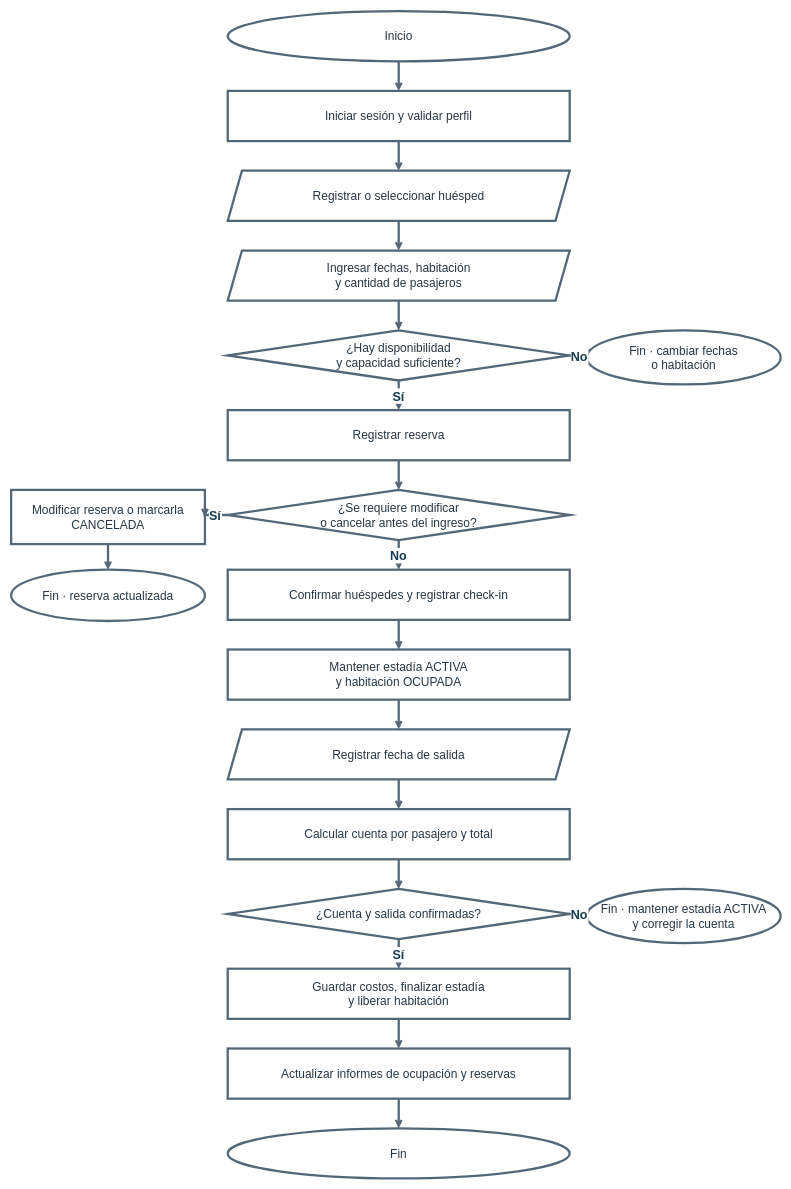
Above: diagramas-editables/proceso-completo.drawio in Yutre3/hotel-duerme-bien (draw.io), before the change. Source tidied: cells renumbered, new cells numbered last; positions are measured from the earlier drawing's top-left corner, leaving out a move shared by most shapes. Both pictures are drawn from the tidied source at 57%, with x=0, y=0 at pixel (11, 11).
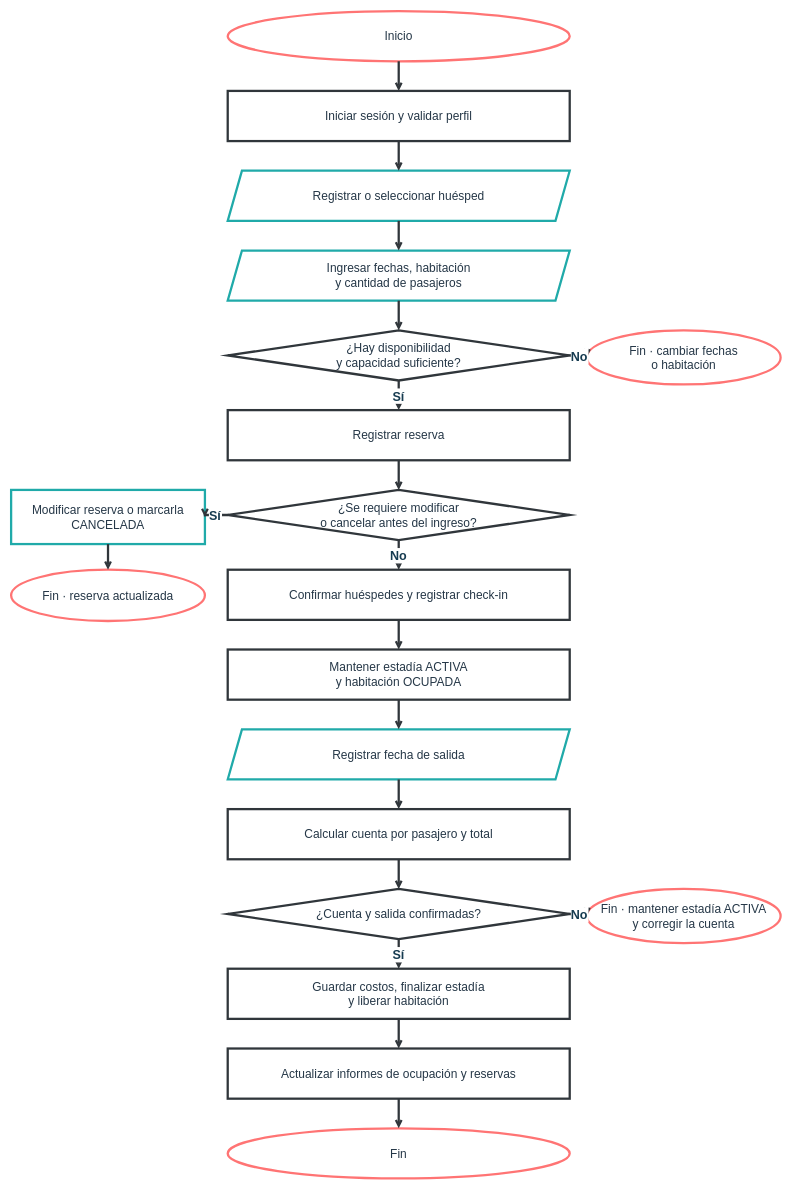
Above is the later version.

Diff of the diagram source:
```diff
@@
-    <mxCell id="2" value="Inicio" style="ellipse;html=0;whiteSpace=wrap;strokeColor=#546778;strokeWidth=4;fillColor=#ffffff;fontColor=#253747;fontSize=21;" parent="1" vertex="1">
+    <mxCell id="2" value="Inicio" style="ellipse;html=0;whiteSpace=wrap;strokeColor=#ff7474;strokeWidth=4;fillColor=#ffffff;fontColor=#253747;fontSize=21;" parent="1" vertex="1">
       <mxGeometry x="380" width="600" height="88" as="geometry" />
     </mxCell>
-    <mxCell id="3" value="Iniciar sesión y validar perfil" style="rounded=0;html=0;whiteSpace=wrap;strokeColor=#546778;strokeWidth=4;fillColor=#ffffff;fontColor=#253747;fontSize=21;" parent="1" vertex="1">
+    <mxCell id="3" value="Iniciar sesión y validar perfil" style="rounded=0;html=0;whiteSpace=wrap;strokeColor=#30363b;strokeWidth=4;fillColor=#ffffff;fontColor=#253747;fontSize=21;" parent="1" vertex="1">
       <mxGeometry x="380" y="140" width="600" height="88" as="geometry" />
     </mxCell>
-    <mxCell id="4" value="Registrar o seleccionar huésped" style="shape=parallelogram;fixedSize=1;size=25;html=0;whiteSpace=wrap;strokeColor=#546778;strokeWidth=4;fillColor=#ffffff;fontColor=#253747;fontSize=21;" parent="1" vertex="1">
+    <mxCell id="4" value="Registrar o seleccionar huésped" style="shape=parallelogram;fixedSize=1;size=25;html=0;whiteSpace=wrap;strokeColor=#20aaa9;strokeWidth=4;fillColor=#ffffff;fontColor=#253747;fontSize=21;" parent="1" vertex="1">
       <mxGeometry x="380" y="280" width="600" height="88" as="geometry" />
     </mxCell>
-    <mxCell id="5" value="Ingresar fechas, habitación&#10;y cantidad de pasajeros" style="shape=parallelogram;fixedSize=1;size=25;html=0;whiteSpace=wrap;strokeColor=#546778;strokeWidth=4;fillColor=#ffffff;fontColor=#253747;fontSize=21;" parent="1" vertex="1">
+    <mxCell id="5" value="Ingresar fechas, habitación&#10;y cantidad de pasajeros" style="shape=parallelogram;fixedSize=1;size=25;html=0;whiteSpace=wrap;strokeColor=#20aaa9;strokeWidth=4;fillColor=#ffffff;fontColor=#253747;fontSize=21;" parent="1" vertex="1">
       <mxGeometry x="380" y="420" width="600" height="88" as="geometry" />
     </mxCell>
-    <mxCell id="6" value="¿Hay disponibilidad&#10;y capacidad suficiente?" style="rhombus;html=0;whiteSpace=wrap;strokeColor=#546778;strokeWidth=4;fillColor=#ffffff;fontColor=#253747;fontSize=21;" parent="1" vertex="1">
+    <mxCell id="6" value="¿Hay disponibilidad&#10;y capacidad suficiente?" style="rhombus;html=0;whiteSpace=wrap;strokeColor=#30363b;strokeWidth=4;fillColor=#ffffff;fontColor=#253747;fontSize=21;" parent="1" vertex="1">
       <mxGeometry x="380" y="560" width="600" height="88" as="geometry" />
     </mxCell>
-    <mxCell id="7" value="Registrar reserva" style="rounded=0;html=0;whiteSpace=wrap;strokeColor=#546778;strokeWidth=4;fillColor=#ffffff;fontColor=#253747;fontSize=21;" parent="1" vertex="1">
+    <mxCell id="7" value="Registrar reserva" style="rounded=0;html=0;whiteSpace=wrap;strokeColor=#30363b;strokeWidth=4;fillColor=#ffffff;fontColor=#253747;fontSize=21;" parent="1" vertex="1">
       <mxGeometry x="380" y="700" width="600" height="88" as="geometry" />
     </mxCell>
-    <mxCell id="8" value="¿Se requiere modificar&#10;o cancelar antes del ingreso?" style="rhombus;html=0;whiteSpace=wrap;strokeColor=#546778;strokeWidth=4;fillColor=#ffffff;fontColor=#253747;fontSize=21;" parent="1" vertex="1">
+    <mxCell id="8" value="¿Se requiere modificar&#10;o cancelar antes del ingreso?" style="rhombus;html=0;whiteSpace=wrap;strokeColor=#30363b;strokeWidth=4;fillColor=#ffffff;fontColor=#253747;fontSize=21;" parent="1" vertex="1">
       <mxGeometry x="380" y="840" width="600" height="88" as="geometry" />
     </mxCell>
-    <mxCell id="9" value="Confirmar huéspedes y registrar check-in" style="rounded=0;html=0;whiteSpace=wrap;strokeColor=#546778;strokeWidth=4;fillColor=#ffffff;fontColor=#253747;fontSize=21;" parent="1" vertex="1">
+    <mxCell id="9" value="Confirmar huéspedes y registrar check-in" style="rounded=0;html=0;whiteSpace=wrap;strokeColor=#30363b;strokeWidth=4;fillColor=#ffffff;fontColor=#253747;fontSize=21;" parent="1" vertex="1">
       <mxGeometry x="380" y="980" width="600" height="88" as="geometry" />
     </mxCell>
-    <mxCell id="10" value="Mantener estadía ACTIVA&#10;y habitación OCUPADA" style="rounded=0;html=0;whiteSpace=wrap;strokeColor=#546778;strokeWidth=4;fillColor=#ffffff;fontColor=#253747;fontSize=21;" parent="1" vertex="1">
+    <mxCell id="10" value="Mantener estadía ACTIVA&#10;y habitación OCUPADA" style="rounded=0;html=0;whiteSpace=wrap;strokeColor=#30363b;strokeWidth=4;fillColor=#ffffff;fontColor=#253747;fontSize=21;" parent="1" vertex="1">
       <mxGeometry x="380" y="1120" width="600" height="88" as="geometry" />
     </mxCell>
-    <mxCell id="11" value="Registrar fecha de salida" style="shape=parallelogram;fixedSize=1;size=25;html=0;whiteSpace=wrap;strokeColor=#546778;strokeWidth=4;fillColor=#ffffff;fontColor=#253747;fontSize=21;" parent="1" vertex="1">
+    <mxCell id="11" value="Registrar fecha de salida" style="shape=parallelogram;fixedSize=1;size=25;html=0;whiteSpace=wrap;strokeColor=#20aaa9;strokeWidth=4;fillColor=#ffffff;fontColor=#253747;fontSize=21;" parent="1" vertex="1">
       <mxGeometry x="380" y="1260" width="600" height="88" as="geometry" />
     </mxCell>
-    <mxCell id="12" value="Calcular cuenta por pasajero y total" style="rounded=0;html=0;whiteSpace=wrap;strokeColor=#546778;strokeWidth=4;fillColor=#ffffff;fontColor=#253747;fontSize=21;" parent="1" vertex="1">
+    <mxCell id="12" value="Calcular cuenta por pasajero y total" style="rounded=0;html=0;whiteSpace=wrap;strokeColor=#30363b;strokeWidth=4;fillColor=#ffffff;fontColor=#253747;fontSize=21;" parent="1" vertex="1">
       <mxGeometry x="380" y="1400" width="600" height="88" as="geometry" />
     </mxCell>
-    <mxCell id="13" value="¿Cuenta y salida confirmadas?" style="rhombus;html=0;whiteSpace=wrap;strokeColor=#546778;strokeWidth=4;fillColor=#ffffff;fontColor=#253747;fontSize=21;" parent="1" vertex="1">
+    <mxCell id="13" value="¿Cuenta y salida confirmadas?" style="rhombus;html=0;whiteSpace=wrap;strokeColor=#30363b;strokeWidth=4;fillColor=#ffffff;fontColor=#253747;fontSize=21;" parent="1" vertex="1">
       <mxGeometry x="380" y="1540" width="600" height="88" as="geometry" />
     </mxCell>
-    <mxCell id="14" value="Guardar costos, finalizar estadía&#10;y liberar habitación" style="rounded=0;html=0;whiteSpace=wrap;strokeColor=#546778;strokeWidth=4;fillColor=#ffffff;fontColor=#253747;fontSize=21;" parent="1" vertex="1">
+    <mxCell id="14" value="Guardar costos, finalizar estadía&#10;y liberar habitación" style="rounded=0;html=0;whiteSpace=wrap;strokeColor=#30363b;strokeWidth=4;fillColor=#ffffff;fontColor=#253747;fontSize=21;" parent="1" vertex="1">
       <mxGeometry x="380" y="1680" width="600" height="88" as="geometry" />
     </mxCell>
-    <mxCell id="15" value="Actualizar informes de ocupación y reservas" style="rounded=0;html=0;whiteSpace=wrap;strokeColor=#546778;strokeWidth=4;fillColor=#ffffff;fontColor=#253747;fontSize=21;" parent="1" vertex="1">
+    <mxCell id="15" value="Actualizar informes de ocupación y reservas" style="rounded=0;html=0;whiteSpace=wrap;strokeColor=#30363b;strokeWidth=4;fillColor=#ffffff;fontColor=#253747;fontSize=21;" parent="1" vertex="1">
       <mxGeometry x="380" y="1820" width="600" height="88" as="geometry" />
     </mxCell>
-    <mxCell id="16" value="Fin" style="ellipse;html=0;whiteSpace=wrap;strokeColor=#546778;strokeWidth=4;fillColor=#ffffff;fontColor=#253747;fontSize=21;" parent="1" vertex="1">
+    <mxCell id="16" value="Fin" style="ellipse;html=0;whiteSpace=wrap;strokeColor=#ff7474;strokeWidth=4;fillColor=#ffffff;fontColor=#253747;fontSize=21;" parent="1" vertex="1">
       <mxGeometry x="380" y="1960" width="600" height="88" as="geometry" />
     </mxCell>
-    <mxCell id="17" value="Fin · cambiar fechas&#10;o habitación" style="ellipse;html=0;whiteSpace=wrap;strokeColor=#546778;strokeWidth=4;fillColor=#ffffff;fontColor=#253747;fontSize=21;" parent="1" vertex="1">
+    <mxCell id="17" value="Fin · cambiar fechas&#10;o habitación" style="ellipse;html=0;whiteSpace=wrap;strokeColor=#ff7474;strokeWidth=4;fillColor=#ffffff;fontColor=#253747;fontSize=21;" parent="1" vertex="1">
       <mxGeometry x="1010" y="560" width="340" height="95" as="geometry" />
     </mxCell>
-    <mxCell id="18" value="Modificar reserva o marcarla&#10;CANCELADA" style="rounded=0;html=0;whiteSpace=wrap;strokeColor=#546778;strokeWidth=4;fillColor=#ffffff;fontColor=#253747;fontSize=21;" parent="1" vertex="1">
+    <mxCell id="18" value="Modificar reserva o marcarla&#10;CANCELADA" style="rounded=0;html=0;whiteSpace=wrap;strokeColor=#20aaa9;strokeWidth=4;fillColor=#ffffff;fontColor=#253747;fontSize=21;" parent="1" vertex="1">
       <mxGeometry y="840" width="340" height="95" as="geometry" />
     </mxCell>
-    <mxCell id="19" value="Fin · reserva actualizada" style="ellipse;html=0;whiteSpace=wrap;strokeColor=#546778;strokeWidth=4;fillColor=#ffffff;fontColor=#253747;fontSize=21;" parent="1" vertex="1">
+    <mxCell id="19" value="Fin · reserva actualizada" style="ellipse;html=0;whiteSpace=wrap;strokeColor=#ff7474;strokeWidth=4;fillColor=#ffffff;fontColor=#253747;fontSize=21;" parent="1" vertex="1">
       <mxGeometry y="980" width="340" height="90" as="geometry" />
     </mxCell>
-    <mxCell id="20" value="Fin · mantener estadía ACTIVA&#10;y corregir la cuenta" style="ellipse;html=0;whiteSpace=wrap;strokeColor=#546778;strokeWidth=4;fillColor=#ffffff;fontColor=#253747;fontSize=21;" parent="1" vertex="1">
+    <mxCell id="20" value="Fin · mantener estadía ACTIVA&#10;y corregir la cuenta" style="ellipse;html=0;whiteSpace=wrap;strokeColor=#ff7474;strokeWidth=4;fillColor=#ffffff;fontColor=#253747;fontSize=21;" parent="1" vertex="1">
       <mxGeometry x="1010" y="1540" width="340" height="95" as="geometry" />
     </mxCell>
-    <mxCell id="21" style="html=0;edgeStyle=orthogonalEdgeStyle;jettySize=32;rounded=0;strokeWidth=4;strokeColor=#546778;fontSize=22;fontStyle=1;fontColor=#163b50;labelBackgroundColor=#ffffff;endArrow=open;endFill=0;startArrow=none;startFill=0;exitX=0.5;exitY=1;exitPerimeter=0;entryX=0.5;entryY=0;entryPerimeter=0;" parent="1" edge="1" source="2" target="3">
+    <mxCell id="21" style="html=0;edgeStyle=orthogonalEdgeStyle;jettySize=32;rounded=0;strokeWidth=4;strokeColor=#30363b;fontSize=22;fontStyle=1;fontColor=#163b50;labelBackgroundColor=#ffffff;endArrow=open;endFill=0;startArrow=none;startFill=0;exitX=0.5;exitY=1;exitPerimeter=0;entryX=0.5;entryY=0;entryPerimeter=0;" parent="1" edge="1" source="2" target="3">
       <mxGeometry relative="1" as="geometry" />
     </mxCell>
-    <mxCell id="22" style="html=0;edgeStyle=orthogonalEdgeStyle;jettySize=32;rounded=0;strokeWidth=4;strokeColor=#546778;fontSize=22;fontStyle=1;fontColor=#163b50;labelBackgroundColor=#ffffff;endArrow=open;endFill=0;startArrow=none;startFill=0;exitX=0.5;exitY=1;exitPerimeter=0;entryX=0.5;entryY=0;entryPerimeter=0;" parent="1" edge="1" source="3" target="4">
+    <mxCell id="22" style="html=0;edgeStyle=orthogonalEdgeStyle;jettySize=32;rounded=0;strokeWidth=4;strokeColor=#30363b;fontSize=22;fontStyle=1;fontColor=#163b50;labelBackgroundColor=#ffffff;endArrow=open;endFill=0;startArrow=none;startFill=0;exitX=0.5;exitY=1;exitPerimeter=0;entryX=0.5;entryY=0;entryPerimeter=0;" parent="1" edge="1" source="3" target="4">
       <mxGeometry relative="1" as="geometry" />
     </mxCell>
-    <mxCell id="23" style="html=0;edgeStyle=orthogonalEdgeStyle;jettySize=32;rounded=0;strokeWidth=4;strokeColor=#546778;fontSize=22;fontStyle=1;fontColor=#163b50;labelBackgroundColor=#ffffff;endArrow=open;endFill=0;startArrow=none;startFill=0;exitX=0.5;exitY=1;exitPerimeter=0;entryX=0.5;entryY=0;entryPerimeter=0;" parent="1" edge="1" source="4" target="5">
+    <mxCell id="23" style="html=0;edgeStyle=orthogonalEdgeStyle;jettySize=32;rounded=0;strokeWidth=4;strokeColor=#30363b;fontSize=22;fontStyle=1;fontColor=#163b50;labelBackgroundColor=#ffffff;endArrow=open;endFill=0;startArrow=none;startFill=0;exitX=0.5;exitY=1;exitPerimeter=0;entryX=0.5;entryY=0;entryPerimeter=0;" parent="1" edge="1" source="4" target="5">
       <mxGeometry relative="1" as="geometry" />
     </mxCell>
-    <mxCell id="24" style="html=0;edgeStyle=orthogonalEdgeStyle;jettySize=32;rounded=0;strokeWidth=4;strokeColor=#546778;fontSize=22;fontStyle=1;fontColor=#163b50;labelBackgroundColor=#ffffff;endArrow=open;endFill=0;startArrow=none;startFill=0;exitX=0.5;exitY=1;exitPerimeter=0;entryX=0.5;entryY=0;entryPerimeter=0;" parent="1" edge="1" source="5" target="6">
+    <mxCell id="24" style="html=0;edgeStyle=orthogonalEdgeStyle;jettySize=32;rounded=0;strokeWidth=4;strokeColor=#30363b;fontSize=22;fontStyle=1;fontColor=#163b50;labelBackgroundColor=#ffffff;endArrow=open;endFill=0;startArrow=none;startFill=0;exitX=0.5;exitY=1;exitPerimeter=0;entryX=0.5;entryY=0;entryPerimeter=0;" parent="1" edge="1" source="5" target="6">
       <mxGeometry relative="1" as="geometry" />
     </mxCell>
-    <mxCell id="25" value="Sí" style="html=0;edgeStyle=orthogonalEdgeStyle;jettySize=32;rounded=0;strokeWidth=4;strokeColor=#546778;fontSize=22;fontStyle=1;fontColor=#163b50;labelBackgroundColor=#ffffff;endArrow=open;endFill=0;startArrow=none;startFill=0;exitX=0.5;exitY=1;exitPerimeter=0;entryX=0.5;entryY=0;entryPerimeter=0;" parent="1" edge="1" source="6" target="7">
+    <mxCell id="25" value="Sí" style="html=0;edgeStyle=orthogonalEdgeStyle;jettySize=32;rounded=0;strokeWidth=4;strokeColor=#30363b;fontSize=22;fontStyle=1;fontColor=#163b50;labelBackgroundColor=#ffffff;endArrow=open;endFill=0;startArrow=none;startFill=0;exitX=0.5;exitY=1;exitPerimeter=0;entryX=0.5;entryY=0;entryPerimeter=0;" parent="1" edge="1" source="6" target="7">
       <mxGeometry relative="1" as="geometry" />
     </mxCell>
-    <mxCell id="26" style="html=0;edgeStyle=orthogonalEdgeStyle;jettySize=32;rounded=0;strokeWidth=4;strokeColor=#546778;fontSize=22;fontStyle=1;fontColor=#163b50;labelBackgroundColor=#ffffff;endArrow=open;endFill=0;startArrow=none;startFill=0;exitX=0.5;exitY=1;exitPerimeter=0;entryX=0.5;entryY=0;entryPerimeter=0;" parent="1" edge="1" source="7" target="8">
+    <mxCell id="26" style="html=0;edgeStyle=orthogonalEdgeStyle;jettySize=32;rounded=0;strokeWidth=4;strokeColor=#30363b;fontSize=22;fontStyle=1;fontColor=#163b50;labelBackgroundColor=#ffffff;endArrow=open;endFill=0;startArrow=none;startFill=0;exitX=0.5;exitY=1;exitPerimeter=0;entryX=0.5;entryY=0;entryPerimeter=0;" parent="1" edge="1" source="7" target="8">
       <mxGeometry relative="1" as="geometry" />
     </mxCell>
-    <mxCell id="27" value="No" style="html=0;edgeStyle=orthogonalEdgeStyle;jettySize=32;rounded=0;strokeWidth=4;strokeColor=#546778;fontSize=22;fontStyle=1;fontColor=#163b50;labelBackgroundColor=#ffffff;endArrow=open;endFill=0;startArrow=none;startFill=0;exitX=0.5;exitY=1;exitPerimeter=0;entryX=0.5;entryY=0;entryPerimeter=0;" parent="1" edge="1" source="8" target="9">
+    <mxCell id="27" value="No" style="html=0;edgeStyle=orthogonalEdgeStyle;jettySize=32;rounded=0;strokeWidth=4;strokeColor=#30363b;fontSize=22;fontStyle=1;fontColor=#163b50;labelBackgroundColor=#ffffff;endArrow=open;endFill=0;startArrow=none;startFill=0;exitX=0.5;exitY=1;exitPerimeter=0;entryX=0.5;entryY=0;entryPerimeter=0;" parent="1" edge="1" source="8" target="9">
       <mxGeometry relative="1" as="geometry" />
     </mxCell>
-    <mxCell id="28" style="html=0;edgeStyle=orthogonalEdgeStyle;jettySize=32;rounded=0;strokeWidth=4;strokeColor=#546778;fontSize=22;fontStyle=1;fontColor=#163b50;labelBackgroundColor=#ffffff;endArrow=open;endFill=0;startArrow=none;startFill=0;exitX=0.5;exitY=1;exitPerimeter=0;entryX=0.5;entryY=0;entryPerimeter=0;" parent="1" edge="1" source="9" target="10">
+    <mxCell id="28" style="html=0;edgeStyle=orthogonalEdgeStyle;jettySize=32;rounded=0;strokeWidth=4;strokeColor=#30363b;fontSize=22;fontStyle=1;fontColor=#163b50;labelBackgroundColor=#ffffff;endArrow=open;endFill=0;startArrow=none;startFill=0;exitX=0.5;exitY=1;exitPerimeter=0;entryX=0.5;entryY=0;entryPerimeter=0;" parent="1" edge="1" source="9" target="10">
       <mxGeometry relative="1" as="geometry" />
     </mxCell>
-    <mxCell id="29" style="html=0;edgeStyle=orthogonalEdgeStyle;jettySize=32;rounded=0;strokeWidth=4;strokeColor=#546778;fontSize=22;fontStyle=1;fontColor=#163b50;labelBackgroundColor=#ffffff;endArrow=open;endFill=0;startArrow=none;startFill=0;exitX=0.5;exitY=1;exitPerimeter=0;entryX=0.5;entryY=0;entryPerimeter=0;" parent="1" edge="1" source="10" target="11">
+    <mxCell id="29" style="html=0;edgeStyle=orthogonalEdgeStyle;jettySize=32;rounded=0;strokeWidth=4;strokeColor=#30363b;fontSize=22;fontStyle=1;fontColor=#163b50;labelBackgroundColor=#ffffff;endArrow=open;endFill=0;startArrow=none;startFill=0;exitX=0.5;exitY=1;exitPerimeter=0;entryX=0.5;entryY=0;entryPerimeter=0;" parent="1" edge="1" source="10" target="11">
       <mxGeometry relative="1" as="geometry" />
     </mxCell>
-    <mxCell id="30" style="html=0;edgeStyle=orthogonalEdgeStyle;jettySize=32;rounded=0;strokeWidth=4;strokeColor=#546778;fontSize=22;fontStyle=1;fontColor=#163b50;labelBackgroundColor=#ffffff;endArrow=open;endFill=0;startArrow=none;startFill=0;exitX=0.5;exitY=1;exitPerimeter=0;entryX=0.5;entryY=0;entryPerimeter=0;" parent="1" edge="1" source="11" target="12">
+    <mxCell id="30" style="html=0;edgeStyle=orthogonalEdgeStyle;jettySize=32;rounded=0;strokeWidth=4;strokeColor=#30363b;fontSize=22;fontStyle=1;fontColor=#163b50;labelBackgroundColor=#ffffff;endArrow=open;endFill=0;startArrow=none;startFill=0;exitX=0.5;exitY=1;exitPerimeter=0;entryX=0.5;entryY=0;entryPerimeter=0;" parent="1" edge="1" source="11" target="12">
       <mxGeometry relative="1" as="geometry" />
     </mxCell>
-    <mxCell id="31" style="html=0;edgeStyle=orthogonalEdgeStyle;jettySize=32;rounded=0;strokeWidth=4;strokeColor=#546778;fontSize=22;fontStyle=1;fontColor=#163b50;labelBackgroundColor=#ffffff;endArrow=open;endFill=0;startArrow=none;startFill=0;exitX=0.5;exitY=1;exitPerimeter=0;entryX=0.5;entryY=0;entryPerimeter=0;" parent="1" edge="1" source="12" target="13">
+    <mxCell id="31" style="html=0;edgeStyle=orthogonalEdgeStyle;jettySize=32;rounded=0;strokeWidth=4;strokeColor=#30363b;fontSize=22;fontStyle=1;fontColor=#163b50;labelBackgroundColor=#ffffff;endArrow=open;endFill=0;startArrow=none;startFill=0;exitX=0.5;exitY=1;exitPerimeter=0;entryX=0.5;entryY=0;entryPerimeter=0;" parent="1" edge="1" source="12" target="13">
       <mxGeometry relative="1" as="geometry" />
     </mxCell>
-    <mxCell id="32" value="Sí" style="html=0;edgeStyle=orthogonalEdgeStyle;jettySize=32;rounded=0;strokeWidth=4;strokeColor=#546778;fontSize=22;fontStyle=1;fontColor=#163b50;labelBackgroundColor=#ffffff;endArrow=open;endFill=0;startArrow=none;startFill=0;exitX=0.5;exitY=1;exitPerimeter=0;entryX=0.5;entryY=0;entryPerimeter=0;" parent="1" edge="1" source="13" target="14">
+    <mxCell id="32" value="Sí" style="html=0;edgeStyle=orthogonalEdgeStyle;jettySize=32;rounded=0;strokeWidth=4;strokeColor=#30363b;fontSize=22;fontStyle=1;fontColor=#163b50;labelBackgroundColor=#ffffff;endArrow=open;endFill=0;startArrow=none;startFill=0;exitX=0.5;exitY=1;exitPerimeter=0;entryX=0.5;entryY=0;entryPerimeter=0;" parent="1" edge="1" source="13" target="14">
       <mxGeometry relative="1" as="geometry" />
     </mxCell>
-    <mxCell id="33" style="html=0;edgeStyle=orthogonalEdgeStyle;jettySize=32;rounded=0;strokeWidth=4;strokeColor=#546778;fontSize=22;fontStyle=1;fontColor=#163b50;labelBackgroundColor=#ffffff;endArrow=open;endFill=0;startArrow=none;startFill=0;exitX=0.5;exitY=1;exitPerimeter=0;entryX=0.5;entryY=0;entryPerimeter=0;" parent="1" edge="1" source="14" target="15">
+    <mxCell id="33" style="html=0;edgeStyle=orthogonalEdgeStyle;jettySize=32;rounded=0;strokeWidth=4;strokeColor=#30363b;fontSize=22;fontStyle=1;fontColor=#163b50;labelBackgroundColor=#ffffff;endArrow=open;endFill=0;startArrow=none;startFill=0;exitX=0.5;exitY=1;exitPerimeter=0;entryX=0.5;entryY=0;entryPerimeter=0;" parent="1" edge="1" source="14" target="15">
       <mxGeometry relative="1" as="geometry" />
     </mxCell>
-    <mxCell id="34" style="html=0;edgeStyle=orthogonalEdgeStyle;jettySize=32;rounded=0;strokeWidth=4;strokeColor=#546778;fontSize=22;fontStyle=1;fontColor=#163b50;labelBackgroundColor=#ffffff;endArrow=open;endFill=0;startArrow=none;startFill=0;exitX=0.5;exitY=1;exitPerimeter=0;entryX=0.5;entryY=0;entryPerimeter=0;" parent="1" edge="1" source="15" target="16">
+    <mxCell id="34" style="html=0;edgeStyle=orthogonalEdgeStyle;jettySize=32;rounded=0;strokeWidth=4;strokeColor=#30363b;fontSize=22;fontStyle=1;fontColor=#163b50;labelBackgroundColor=#ffffff;endArrow=open;endFill=0;startArrow=none;startFill=0;exitX=0.5;exitY=1;exitPerimeter=0;entryX=0.5;entryY=0;entryPerimeter=0;" parent="1" edge="1" source="15" target="16">
       <mxGeometry relative="1" as="geometry" />
     </mxCell>
-    <mxCell id="35" value="No" style="html=0;edgeStyle=orthogonalEdgeStyle;jettySize=32;rounded=0;strokeWidth=4;strokeColor=#546778;fontSize=22;fontStyle=1;fontColor=#163b50;labelBackgroundColor=#ffffff;endArrow=open;endFill=0;startArrow=none;startFill=0;exitX=1;exitY=0.5;exitPerimeter=0;entryX=0;entryY=0.5;entryPerimeter=0;" parent="1" edge="1" source="6" target="17">
+    <mxCell id="35" value="No" style="html=0;edgeStyle=orthogonalEdgeStyle;jettySize=32;rounded=0;strokeWidth=4;strokeColor=#30363b;fontSize=22;fontStyle=1;fontColor=#163b50;labelBackgroundColor=#ffffff;endArrow=open;endFill=0;startArrow=none;startFill=0;exitX=1;exitY=0.5;exitPerimeter=0;entryX=0;entryY=0.5;entryPerimeter=0;" parent="1" edge="1" source="6" target="17">
       <mxGeometry relative="1" as="geometry" />
     </mxCell>
-    <mxCell id="36" value="Sí" style="html=0;edgeStyle=orthogonalEdgeStyle;jettySize=32;rounded=0;strokeWidth=4;strokeColor=#546778;fontSize=22;fontStyle=1;fontColor=#163b50;labelBackgroundColor=#ffffff;endArrow=open;endFill=0;startArrow=none;startFill=0;exitX=0;exitY=0.5;exitPerimeter=0;entryX=1;entryY=0.5;entryPerimeter=0;" parent="1" edge="1" source="8" target="18">
+    <mxCell id="36" value="Sí" style="html=0;edgeStyle=orthogonalEdgeStyle;jettySize=32;rounded=0;strokeWidth=4;strokeColor=#30363b;fontSize=22;fontStyle=1;fontColor=#163b50;labelBackgroundColor=#ffffff;endArrow=open;endFill=0;startArrow=none;startFill=0;exitX=0;exitY=0.5;exitPerimeter=0;entryX=1;entryY=0.5;entryPerimeter=0;" parent="1" edge="1" source="8" target="18">
       <mxGeometry relative="1" as="geometry" />
     </mxCell>
-    <mxCell id="37" style="html=0;edgeStyle=orthogonalEdgeStyle;jettySize=32;rounded=0;strokeWidth=4;strokeColor=#546778;fontSize=22;fontStyle=1;fontColor=#163b50;labelBackgroundColor=#ffffff;endArrow=open;endFill=0;startArrow=none;startFill=0;exitX=0.5;exitY=1;exitPerimeter=0;entryX=0.5;entryY=0;entryPerimeter=0;" parent="1" edge="1" source="18" target="19">
+    <mxCell id="37" style="html=0;edgeStyle=orthogonalEdgeStyle;jettySize=32;rounded=0;strokeWidth=4;strokeColor=#30363b;fontSize=22;fontStyle=1;fontColor=#163b50;labelBackgroundColor=#ffffff;endArrow=open;endFill=0;startArrow=none;startFill=0;exitX=0.5;exitY=1;exitPerimeter=0;entryX=0.5;entryY=0;entryPerimeter=0;" parent="1" edge="1" source="18" target="19">
       <mxGeometry relative="1" as="geometry" />
     </mxCell>
-    <mxCell id="38" value="No" style="html=0;edgeStyle=orthogonalEdgeStyle;jettySize=32;rounded=0;strokeWidth=4;strokeColor=#546778;fontSize=22;fontStyle=1;fontColor=#163b50;labelBackgroundColor=#ffffff;endArrow=open;endFill=0;startArrow=none;startFill=0;exitX=1;exitY=0.5;exitPerimeter=0;entryX=0;entryY=0.5;entryPerimeter=0;" parent="1" edge="1" source="13" target="20">
+    <mxCell id="38" value="No" style="html=0;edgeStyle=orthogonalEdgeStyle;jettySize=32;rounded=0;strokeWidth=4;strokeColor=#30363b;fontSize=22;fontStyle=1;fontColor=#163b50;labelBackgroundColor=#ffffff;endArrow=open;endFill=0;startArrow=none;startFill=0;exitX=1;exitY=0.5;exitPerimeter=0;entryX=0;entryY=0.5;entryPerimeter=0;" parent="1" edge="1" source="13" target="20">
       <mxGeometry relative="1" as="geometry" />
     </mxCell>
```
